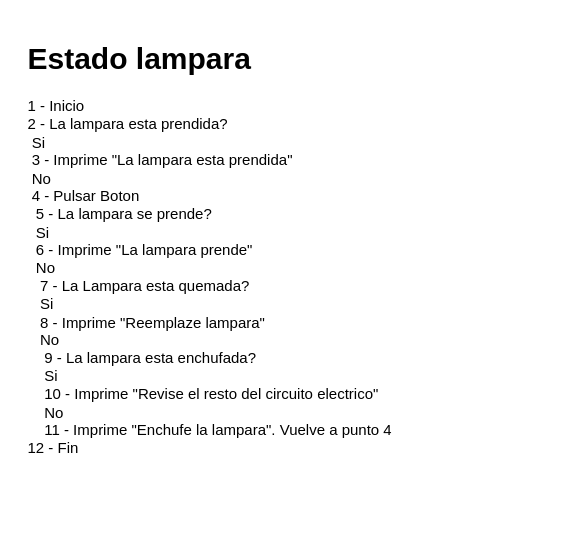
The draw.io diagram Diagrama sin título.drawio in MaxiFranz/TrayectoP, before the edit. Source tidied: cells renumbered, new cells numbered last; positions are measured from the earlier drawing's top-left corner, leaving out a move shared by most shapes. Both pictures are drawn from the tidied source at 125%, with x=0, y=0 at pixel (21, 34).
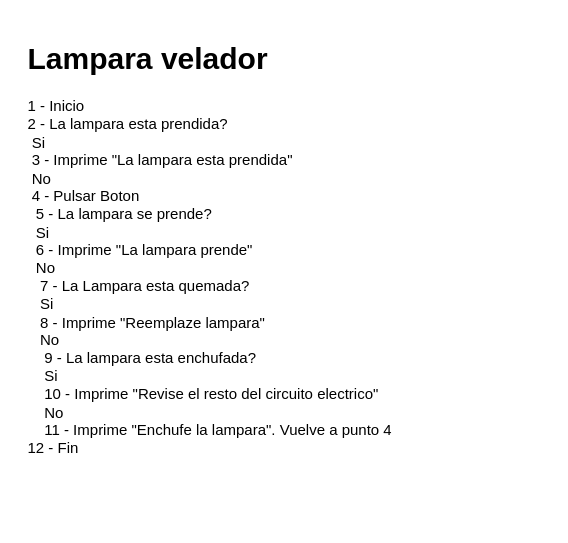
Above is the later version.

Commit message:
Diagrama Flujo Lampara velador.drawio

Change to the diagram source:
```diff
@@
 <mxGraphModel>
   <root>
     <mxCell id="0" />
     <mxCell id="1" parent="0" />
-    <mxCell id="2" value="&lt;h1&gt;Estado lampara&lt;/h1&gt;&lt;p&gt;1 - Inicio&lt;br&gt;2 - La lampara esta prendida?&lt;br&gt;&lt;span style=&quot;white-space: pre;&quot;&gt; &lt;/span&gt;Si&lt;br&gt;&lt;span style=&quot;white-space: pre;&quot;&gt; &lt;/span&gt;3 - Imprime &quot;La lampara esta prendida&quot;&lt;br&gt;&lt;span style=&quot;white-space: pre;&quot;&gt; &lt;/span&gt;No&lt;br&gt;&lt;span style=&quot;white-space: pre;&quot;&gt; &lt;/span&gt;4 - Pulsar Boton&lt;br&gt;&lt;span style=&quot;white-space: pre;&quot;&gt; &lt;/span&gt;&lt;span style=&quot;white-space: pre;&quot;&gt; &lt;/span&gt;5 - La lampara se prende?&lt;br&gt;&lt;span style=&quot;white-space: pre;&quot;&gt; &lt;/span&gt;&lt;span style=&quot;white-space: pre;&quot;&gt; &lt;/span&gt;Si&lt;br&gt;&lt;span style=&quot;white-space: pre;&quot;&gt; &lt;/span&gt;&lt;span style=&quot;white-space: pre;&quot;&gt; &lt;/span&gt;6 - Imprime &quot;La lampara prende&quot;&lt;br&gt;&lt;span style=&quot;white-space: pre;&quot;&gt; &lt;/span&gt;&lt;span style=&quot;white-space: pre;&quot;&gt; &lt;/span&gt;No&lt;br&gt;&lt;span style=&quot;white-space: pre;&quot;&gt; &lt;/span&gt;&lt;span style=&quot;white-space: pre;&quot;&gt; &lt;/span&gt;&lt;span style=&quot;white-space: pre;&quot;&gt; &lt;/span&gt;7 - La Lampara esta quemada?&lt;br&gt;&lt;span style=&quot;white-space: pre;&quot;&gt; &lt;/span&gt;&lt;span style=&quot;white-space: pre;&quot;&gt; &lt;/span&gt;&lt;span style=&quot;white-space: pre;&quot;&gt; &lt;/span&gt;Si&lt;br&gt;&lt;span style=&quot;white-space: pre;&quot;&gt; &lt;/span&gt;&lt;span style=&quot;white-space: pre;&quot;&gt; &lt;/span&gt;&lt;span style=&quot;white-space: pre;&quot;&gt; &lt;/span&gt;8 - Imprime &quot;Reemplaze lampara&quot;&lt;br&gt;&lt;span style=&quot;white-space: pre;&quot;&gt; &lt;/span&gt;&lt;span style=&quot;white-space: pre;&quot;&gt; &lt;/span&gt;&lt;span style=&quot;white-space: pre;&quot;&gt; &lt;/span&gt;No&lt;br&gt;&lt;span style=&quot;white-space: pre;&quot;&gt; &lt;/span&gt;&lt;span style=&quot;white-space: pre;&quot;&gt; &lt;/span&gt;&lt;span style=&quot;white-space: pre;&quot;&gt; &lt;span style=&quot;white-space: pre;&quot;&gt; &lt;/span&gt;&lt;/span&gt;9 - La lampara esta enchufada?&lt;br&gt;&lt;span style=&quot;white-space: pre;&quot;&gt; &lt;/span&gt;&lt;span style=&quot;white-space: pre;&quot;&gt; &lt;/span&gt;&lt;span style=&quot;white-space: pre;&quot;&gt; &lt;span style=&quot;white-space: pre;&quot;&gt; &lt;/span&gt;&lt;/span&gt;Si&lt;br&gt;&lt;span style=&quot;white-space: pre;&quot;&gt; &lt;/span&gt;&lt;span style=&quot;white-space: pre;&quot;&gt; &lt;/span&gt;&lt;span style=&quot;white-space: pre;&quot;&gt; &lt;/span&gt;&lt;span style=&quot;white-space: pre;&quot;&gt; &lt;/span&gt;10 - Imprime &quot;Revise el resto del circuito electrico&quot;&lt;br&gt;&lt;span style=&quot;white-space: pre;&quot;&gt; &lt;/span&gt;&lt;span style=&quot;white-space: pre;&quot;&gt; &lt;/span&gt;&lt;span style=&quot;white-space: pre;&quot;&gt; &lt;/span&gt;&lt;span style=&quot;white-space: pre;&quot;&gt; &lt;/span&gt;No&lt;br&gt;&lt;span style=&quot;white-space: pre;&quot;&gt; &lt;/span&gt;&lt;span style=&quot;white-space: pre;&quot;&gt; &lt;/span&gt;&lt;span style=&quot;white-space: pre;&quot;&gt; &lt;/span&gt;&lt;span style=&quot;white-space: pre;&quot;&gt; &lt;/span&gt;11 - Imprime &quot;Enchufe la lampara&quot;. Vuelve a punto 4&lt;br&gt;12 - Fin&lt;br&gt;&lt;br&gt;&lt;span style=&quot;white-space: pre;&quot;&gt; &lt;/span&gt;&lt;span style=&quot;white-space: pre;&quot;&gt; &lt;/span&gt;&lt;span style=&quot;white-space: pre;&quot;&gt; &lt;/span&gt;&lt;br&gt;&lt;/p&gt;" style="text;html=1;strokeColor=none;fillColor=none;spacing=5;spacingTop=-20;whiteSpace=wrap;overflow=hidden;rounded=0;" parent="1" vertex="1">
+    <mxCell id="2" value="&lt;h1&gt;Lampara velador&lt;/h1&gt;&lt;p&gt;1 - Inicio&lt;br&gt;2 - La lampara esta prendida?&lt;br&gt;&lt;span style=&quot;white-space: pre;&quot;&gt; &lt;/span&gt;Si&lt;br&gt;&lt;span style=&quot;white-space: pre;&quot;&gt; &lt;/span&gt;3 - Imprime &quot;La lampara esta prendida&quot;&lt;br&gt;&lt;span style=&quot;white-space: pre;&quot;&gt; &lt;/span&gt;No&lt;br&gt;&lt;span style=&quot;white-space: pre;&quot;&gt; &lt;/span&gt;4 - Pulsar Boton&lt;br&gt;&lt;span style=&quot;white-space: pre;&quot;&gt; &lt;/span&gt;&lt;span style=&quot;white-space: pre;&quot;&gt; &lt;/span&gt;5 - La lampara se prende?&lt;br&gt;&lt;span style=&quot;white-space: pre;&quot;&gt; &lt;/span&gt;&lt;span style=&quot;white-space: pre;&quot;&gt; &lt;/span&gt;Si&lt;br&gt;&lt;span style=&quot;white-space: pre;&quot;&gt; &lt;/span&gt;&lt;span style=&quot;white-space: pre;&quot;&gt; &lt;/span&gt;6 - Imprime &quot;La lampara prende&quot;&lt;br&gt;&lt;span style=&quot;white-space: pre;&quot;&gt; &lt;/span&gt;&lt;span style=&quot;white-space: pre;&quot;&gt; &lt;/span&gt;No&lt;br&gt;&lt;span style=&quot;white-space: pre;&quot;&gt; &lt;/span&gt;&lt;span style=&quot;white-space: pre;&quot;&gt; &lt;/span&gt;&lt;span style=&quot;white-space: pre;&quot;&gt; &lt;/span&gt;7 - La Lampara esta quemada?&lt;br&gt;&lt;span style=&quot;white-space: pre;&quot;&gt; &lt;/span&gt;&lt;span style=&quot;white-space: pre;&quot;&gt; &lt;/span&gt;&lt;span style=&quot;white-space: pre;&quot;&gt; &lt;/span&gt;Si&lt;br&gt;&lt;span style=&quot;white-space: pre;&quot;&gt; &lt;/span&gt;&lt;span style=&quot;white-space: pre;&quot;&gt; &lt;/span&gt;&lt;span style=&quot;white-space: pre;&quot;&gt; &lt;/span&gt;8 - Imprime &quot;Reemplaze lampara&quot;&lt;br&gt;&lt;span style=&quot;white-space: pre;&quot;&gt; &lt;/span&gt;&lt;span style=&quot;white-space: pre;&quot;&gt; &lt;/span&gt;&lt;span style=&quot;white-space: pre;&quot;&gt; &lt;/span&gt;No&lt;br&gt;&lt;span style=&quot;white-space: pre;&quot;&gt; &lt;/span&gt;&lt;span style=&quot;white-space: pre;&quot;&gt; &lt;/span&gt;&lt;span style=&quot;white-space: pre;&quot;&gt; &lt;span style=&quot;white-space: pre;&quot;&gt; &lt;/span&gt;&lt;/span&gt;9 - La lampara esta enchufada?&lt;br&gt;&lt;span style=&quot;white-space: pre;&quot;&gt; &lt;/span&gt;&lt;span style=&quot;white-space: pre;&quot;&gt; &lt;/span&gt;&lt;span style=&quot;white-space: pre;&quot;&gt; &lt;span style=&quot;white-space: pre;&quot;&gt; &lt;/span&gt;&lt;/span&gt;Si&lt;br&gt;&lt;span style=&quot;white-space: pre;&quot;&gt; &lt;/span&gt;&lt;span style=&quot;white-space: pre;&quot;&gt; &lt;/span&gt;&lt;span style=&quot;white-space: pre;&quot;&gt; &lt;/span&gt;&lt;span style=&quot;white-space: pre;&quot;&gt; &lt;/span&gt;10 - Imprime &quot;Revise el resto del circuito electrico&quot;&lt;br&gt;&lt;span style=&quot;white-space: pre;&quot;&gt; &lt;/span&gt;&lt;span style=&quot;white-space: pre;&quot;&gt; &lt;/span&gt;&lt;span style=&quot;white-space: pre;&quot;&gt; &lt;/span&gt;&lt;span style=&quot;white-space: pre;&quot;&gt; &lt;/span&gt;No&lt;br&gt;&lt;span style=&quot;white-space: pre;&quot;&gt; &lt;/span&gt;&lt;span style=&quot;white-space: pre;&quot;&gt; &lt;/span&gt;&lt;span style=&quot;white-space: pre;&quot;&gt; &lt;/span&gt;&lt;span style=&quot;white-space: pre;&quot;&gt; &lt;/span&gt;11 - Imprime &quot;Enchufe la lampara&quot;. Vuelve a punto 4&lt;br&gt;12 - Fin&lt;br&gt;&lt;br&gt;&lt;span style=&quot;white-space: pre;&quot;&gt; &lt;/span&gt;&lt;span style=&quot;white-space: pre;&quot;&gt; &lt;/span&gt;&lt;span style=&quot;white-space: pre;&quot;&gt; &lt;/span&gt;&lt;br&gt;&lt;/p&gt;" style="text;html=1;strokeColor=none;fillColor=none;spacing=5;spacingTop=-20;whiteSpace=wrap;overflow=hidden;rounded=0;" parent="1" vertex="1">
       <mxGeometry width="420" height="390" as="geometry" />
     </mxCell>
   </root>
 </mxGraphModel>
```
